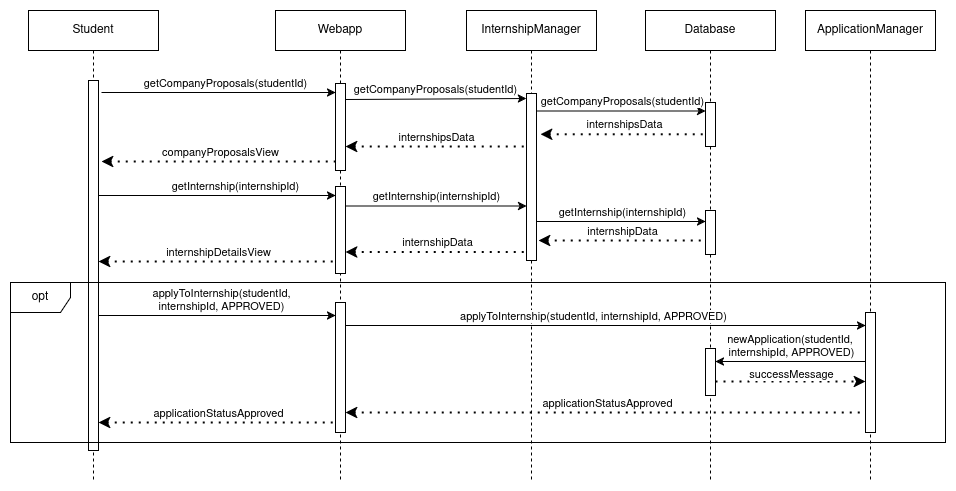
Before: DD/images/sequenceDiagrams/StudentChecksInternshipProposedByCompany.png, a diagram exported from draw.io (matteo-luraghi/IlardiLuraghi). Source tidied: cells renumbered, new cells last; positions are measured from the earlier drawing's top-left corner, leaving out a move shared by most shapes. Its diagram source:
```xml
<mxGraphModel>
  <root>
    <mxCell id="0" />
    <mxCell id="1" parent="0" />
    <mxCell id="2" style="endArrow=classic;html=1;rounded=0;" parent="1" edge="1" target="7">
      <mxGeometry relative="1" as="geometry">
        <mxPoint x="91" y="82" as="sourcePoint" />
      </mxGeometry>
    </mxCell>
    <mxCell id="3" value="getCompanyProposals(studentId)" style="edgeLabel;html=1;align=center;verticalAlign=middle;" parent="2" vertex="1">
      <mxGeometry x="-0.14" y="2" relative="1" as="geometry">
        <mxPoint x="22" y="-8" as="offset" />
      </mxGeometry>
    </mxCell>
    <mxCell id="4" style="endArrow=none;dashed=1;html=1;dashPattern=1 3;strokeWidth=2;rounded=0;endFill=0;startArrow=classic;startFill=1;" parent="1" edge="1">
      <mxGeometry relative="1" as="geometry">
        <mxPoint x="91" y="151" as="sourcePoint" />
        <mxPoint x="325" y="151" as="targetPoint" />
      </mxGeometry>
    </mxCell>
    <mxCell id="5" value="companyProposalsView" style="edgeLabel;html=1;align=center;verticalAlign=middle;" parent="4" vertex="1">
      <mxGeometry relative="1" as="geometry">
        <mxPoint y="-10" as="offset" />
      </mxGeometry>
    </mxCell>
    <mxCell id="6" value="Webapp" style="shape=umlLifeline;perimeter=lifelinePerimeter;whiteSpace=wrap;html=1;newEdgeStyle={&quot;curved&quot;:0,&quot;rounded&quot;:0};" parent="1" vertex="1">
      <mxGeometry x="265" width="130" height="470" as="geometry" />
    </mxCell>
    <mxCell id="7" style="html=1;points=[[0,0,0,0,5],[0,1,0,0,-5],[1,0,0,0,5],[1,1,0,0,-5]];perimeter=orthogonalPerimeter;outlineConnect=0;targetShapes=umlLifeline;portConstraint=eastwest;newEdgeStyle={&quot;curved&quot;:0,&quot;rounded&quot;:0};" parent="6" vertex="1">
      <mxGeometry x="60" y="73" width="10" height="87" as="geometry" />
    </mxCell>
    <mxCell id="8" style="html=1;perimeter=orthogonalPerimeter;targetShapes=umlLifeline;newEdgeStyle={&quot;curved&quot;:0,&quot;rounded&quot;:0};" parent="6" vertex="1">
      <mxGeometry x="60" y="176" width="10" height="87" as="geometry" />
    </mxCell>
    <mxCell id="9" style="html=1;points=[[0,0,0,0,5],[0,1,0,0,-5],[1,0,0,0,5],[1,1,0,0,-5]];perimeter=orthogonalPerimeter;outlineConnect=0;targetShapes=umlLifeline;portConstraint=eastwest;newEdgeStyle={&quot;curved&quot;:0,&quot;rounded&quot;:0};" parent="6" vertex="1">
      <mxGeometry x="60" y="292" width="10" height="130" as="geometry" />
    </mxCell>
    <mxCell id="10" value="Student" style="shape=umlLifeline;perimeter=lifelinePerimeter;whiteSpace=wrap;html=1;newEdgeStyle={&quot;curved&quot;:0,&quot;rounded&quot;:0};" parent="1" vertex="1">
      <mxGeometry x="18" width="130" height="470" as="geometry" />
    </mxCell>
    <mxCell id="11" style="html=1;perimeter=orthogonalPerimeter;targetShapes=umlLifeline;newEdgeStyle={&quot;curved&quot;:0,&quot;rounded&quot;:0};" parent="10" vertex="1">
      <mxGeometry x="60" y="70" width="10" height="370" as="geometry" />
    </mxCell>
    <mxCell id="12" value="InternshipManager" style="shape=umlLifeline;perimeter=lifelinePerimeter;whiteSpace=wrap;html=1;newEdgeStyle={&quot;curved&quot;:0,&quot;rounded&quot;:0};" parent="1" vertex="1">
      <mxGeometry x="456" width="130" height="470" as="geometry" />
    </mxCell>
    <mxCell id="13" style="html=1;points=[[0,0,0,0,5],[0,1,0,0,-5],[1,0,0,0,5],[1,1,0,0,-5]];perimeter=orthogonalPerimeter;outlineConnect=0;targetShapes=umlLifeline;portConstraint=eastwest;newEdgeStyle={&quot;curved&quot;:0,&quot;rounded&quot;:0};" parent="12" vertex="1">
      <mxGeometry x="60" y="83" width="10" height="167" as="geometry" />
    </mxCell>
    <mxCell id="14" style="endArrow=classic;html=1;rounded=0;entryX=0;entryY=0;entryDx=0;entryDy=5;entryPerimeter=0;" parent="1" edge="1" target="13">
      <mxGeometry relative="1" as="geometry">
        <mxPoint x="335" y="89" as="sourcePoint" />
      </mxGeometry>
    </mxCell>
    <mxCell id="15" value="getCompanyProposals(studentId)" style="edgeLabel;html=1;align=center;verticalAlign=middle;" parent="14" vertex="1">
      <mxGeometry x="-0.14" y="2" relative="1" as="geometry">
        <mxPoint x="12" y="-8" as="offset" />
      </mxGeometry>
    </mxCell>
    <mxCell id="16" value="Database" style="shape=umlLifeline;perimeter=lifelinePerimeter;whiteSpace=wrap;html=1;newEdgeStyle={&quot;curved&quot;:0,&quot;rounded&quot;:0};" parent="1" vertex="1">
      <mxGeometry x="635" width="130" height="470" as="geometry" />
    </mxCell>
    <mxCell id="17" style="html=1;perimeter=orthogonalPerimeter;targetShapes=umlLifeline;newEdgeStyle={&quot;curved&quot;:0,&quot;rounded&quot;:0};" parent="16" vertex="1">
      <mxGeometry x="60" y="92" width="10" height="44" as="geometry" />
    </mxCell>
    <mxCell id="18" style="html=1;points=[[0,0,0,0,5],[0,1,0,0,-5],[1,0,0,0,5],[1,1,0,0,-5]];perimeter=orthogonalPerimeter;outlineConnect=0;targetShapes=umlLifeline;portConstraint=eastwest;newEdgeStyle={&quot;curved&quot;:0,&quot;rounded&quot;:0};" parent="16" vertex="1">
      <mxGeometry x="60" y="200" width="10" height="44" as="geometry" />
    </mxCell>
    <mxCell id="19" style="html=1;perimeter=orthogonalPerimeter;targetShapes=umlLifeline;newEdgeStyle={&quot;curved&quot;:0,&quot;rounded&quot;:0};" parent="16" vertex="1">
      <mxGeometry x="60" y="338" width="10" height="47" as="geometry" />
    </mxCell>
    <mxCell id="20" style="endArrow=none;html=1;strokeWidth=1;rounded=0;endFill=0;startArrow=classic;startFill=1;" parent="16" edge="1">
      <mxGeometry relative="1" as="geometry">
        <mxPoint x="70" y="351" as="sourcePoint" />
        <mxPoint x="220" y="351" as="targetPoint" />
      </mxGeometry>
    </mxCell>
    <mxCell id="21" value="&lt;div&gt;newApplication(studentId,&amp;nbsp;&lt;/div&gt;&lt;div&gt;internshipId, APPROVED)&lt;/div&gt;" style="edgeLabel;html=1;align=center;verticalAlign=middle;" parent="20" vertex="1">
      <mxGeometry relative="1" as="geometry">
        <mxPoint y="-16" as="offset" />
      </mxGeometry>
    </mxCell>
    <mxCell id="22" style="endArrow=classic;dashed=1;html=1;dashPattern=1 3;strokeWidth=2;rounded=0;startArrow=none;startFill=0;endFill=1;" parent="16" edge="1">
      <mxGeometry relative="1" as="geometry">
        <mxPoint x="70" y="371" as="sourcePoint" />
        <mxPoint x="220" y="371" as="targetPoint" />
      </mxGeometry>
    </mxCell>
    <mxCell id="23" value="successMessage" style="edgeLabel;html=1;align=center;verticalAlign=middle;" parent="22" vertex="1">
      <mxGeometry relative="1" as="geometry">
        <mxPoint y="-8" as="offset" />
      </mxGeometry>
    </mxCell>
    <mxCell id="24" style="endArrow=none;dashed=1;html=1;dashPattern=1 3;strokeWidth=2;rounded=0;endFill=0;startArrow=classic;startFill=1;exitX=1.4;exitY=0.582;exitDx=0;exitDy=0;exitPerimeter=0;" parent="1" edge="1">
      <mxGeometry relative="1" as="geometry">
        <mxPoint x="530" y="123.8" as="sourcePoint" />
        <mxPoint x="695" y="123.8" as="targetPoint" />
      </mxGeometry>
    </mxCell>
    <mxCell id="25" value="internshipsData" style="edgeLabel;html=1;align=center;verticalAlign=middle;" parent="24" vertex="1">
      <mxGeometry relative="1" as="geometry">
        <mxPoint y="-10" as="offset" />
      </mxGeometry>
    </mxCell>
    <mxCell id="26" value="ApplicationManager" style="shape=umlLifeline;perimeter=lifelinePerimeter;whiteSpace=wrap;html=1;newEdgeStyle={&quot;curved&quot;:0,&quot;rounded&quot;:0};" parent="1" vertex="1">
      <mxGeometry x="795" width="130" height="470" as="geometry" />
    </mxCell>
    <mxCell id="27" style="html=1;points=[[0,0,0,0,5],[0,1,0,0,-5],[1,0,0,0,5],[1,1,0,0,-5]];perimeter=orthogonalPerimeter;outlineConnect=0;targetShapes=umlLifeline;portConstraint=eastwest;newEdgeStyle={&quot;curved&quot;:0,&quot;rounded&quot;:0};" parent="26" vertex="1">
      <mxGeometry x="60" y="302" width="10" height="120" as="geometry" />
    </mxCell>
    <mxCell id="28" style="endArrow=classic;html=1;rounded=0;" parent="1" edge="1">
      <mxGeometry relative="1" as="geometry">
        <mxPoint x="526" y="100.5" as="sourcePoint" />
        <mxPoint x="695" y="100.5" as="targetPoint" />
      </mxGeometry>
    </mxCell>
    <mxCell id="29" value="getCompanyProposals(studentId)" style="edgeLabel;html=1;align=center;verticalAlign=middle;" parent="28" vertex="1">
      <mxGeometry x="-0.14" y="2" relative="1" as="geometry">
        <mxPoint x="12" y="-8" as="offset" />
      </mxGeometry>
    </mxCell>
    <mxCell id="30" style="endArrow=classic;html=1;rounded=0;" parent="1" edge="1" target="18">
      <mxGeometry relative="1" as="geometry">
        <mxPoint x="526" y="211" as="sourcePoint" />
      </mxGeometry>
    </mxCell>
    <mxCell id="31" value="getInternship(internshipId)" style="edgeLabel;html=1;align=center;verticalAlign=middle;" parent="30" vertex="1">
      <mxGeometry x="-0.14" y="2" relative="1" as="geometry">
        <mxPoint x="12" y="-8" as="offset" />
      </mxGeometry>
    </mxCell>
    <mxCell id="32" style="endArrow=none;dashed=1;html=1;dashPattern=1 3;strokeWidth=2;rounded=0;endFill=0;startArrow=classic;startFill=1;" parent="1" edge="1">
      <mxGeometry relative="1" as="geometry">
        <mxPoint x="335" y="136" as="sourcePoint" />
        <mxPoint x="515" y="136" as="targetPoint" />
      </mxGeometry>
    </mxCell>
    <mxCell id="33" value="internshipsData" style="edgeLabel;html=1;align=center;verticalAlign=middle;" parent="32" vertex="1">
      <mxGeometry relative="1" as="geometry">
        <mxPoint y="-10" as="offset" />
      </mxGeometry>
    </mxCell>
    <mxCell id="34" style="endArrow=classic;html=1;rounded=0;" parent="1" edge="1">
      <mxGeometry relative="1" as="geometry">
        <mxPoint x="88" y="185" as="sourcePoint" />
        <mxPoint x="325" y="185" as="targetPoint" />
      </mxGeometry>
    </mxCell>
    <mxCell id="35" value="getInternship(internshipId)" style="edgeLabel;html=1;align=center;verticalAlign=middle;" parent="34" vertex="1">
      <mxGeometry x="-0.14" y="2" relative="1" as="geometry">
        <mxPoint x="34" y="-8" as="offset" />
      </mxGeometry>
    </mxCell>
    <mxCell id="36" style="endArrow=none;dashed=1;html=1;dashPattern=1 3;strokeWidth=2;rounded=0;endFill=0;startArrow=classic;startFill=1;" parent="1" edge="1">
      <mxGeometry relative="1" as="geometry">
        <mxPoint x="88" y="251" as="sourcePoint" />
        <mxPoint x="325" y="251" as="targetPoint" />
      </mxGeometry>
    </mxCell>
    <mxCell id="37" value="internshipDetailsView" style="edgeLabel;html=1;align=center;verticalAlign=middle;" parent="36" vertex="1">
      <mxGeometry relative="1" as="geometry">
        <mxPoint y="-10" as="offset" />
      </mxGeometry>
    </mxCell>
    <mxCell id="38" style="endArrow=classic;html=1;rounded=0;" parent="1" edge="1">
      <mxGeometry relative="1" as="geometry">
        <mxPoint x="335" y="195.5" as="sourcePoint" />
        <mxPoint x="516" y="195.5" as="targetPoint" />
      </mxGeometry>
    </mxCell>
    <mxCell id="39" value="getInternship(internshipId)" style="edgeLabel;html=1;align=center;verticalAlign=middle;" parent="38" vertex="1">
      <mxGeometry x="-0.14" y="2" relative="1" as="geometry">
        <mxPoint x="12" y="-8" as="offset" />
      </mxGeometry>
    </mxCell>
    <mxCell id="40" style="endArrow=none;dashed=1;html=1;dashPattern=1 3;strokeWidth=2;rounded=0;endFill=0;startArrow=classic;startFill=1;exitX=1.4;exitY=0.582;exitDx=0;exitDy=0;exitPerimeter=0;" parent="1" edge="1">
      <mxGeometry relative="1" as="geometry">
        <mxPoint x="528" y="230" as="sourcePoint" />
        <mxPoint x="693" y="230" as="targetPoint" />
      </mxGeometry>
    </mxCell>
    <mxCell id="41" value="internshipData" style="edgeLabel;html=1;align=center;verticalAlign=middle;" parent="40" vertex="1">
      <mxGeometry relative="1" as="geometry">
        <mxPoint y="-10" as="offset" />
      </mxGeometry>
    </mxCell>
    <mxCell id="42" style="endArrow=none;dashed=1;html=1;dashPattern=1 3;strokeWidth=2;rounded=0;endFill=0;startArrow=classic;startFill=1;" parent="1" edge="1">
      <mxGeometry relative="1" as="geometry">
        <mxPoint x="335" y="241.5" as="sourcePoint" />
        <mxPoint x="516" y="241.5" as="targetPoint" />
      </mxGeometry>
    </mxCell>
    <mxCell id="43" value="internshipData" style="edgeLabel;html=1;align=center;verticalAlign=middle;" parent="42" vertex="1">
      <mxGeometry relative="1" as="geometry">
        <mxPoint y="-10" as="offset" />
      </mxGeometry>
    </mxCell>
    <mxCell id="44" style="endArrow=classic;html=1;rounded=0;" parent="1" edge="1">
      <mxGeometry relative="1" as="geometry">
        <mxPoint x="88" y="305" as="sourcePoint" />
        <mxPoint x="325" y="305" as="targetPoint" />
      </mxGeometry>
    </mxCell>
    <mxCell id="45" value="&lt;div&gt;applyToInternship(studentId,&lt;/div&gt;&lt;div&gt;internshipId, APPROVED)&lt;/div&gt;" style="edgeLabel;html=1;align=center;verticalAlign=middle;" parent="44" vertex="1">
      <mxGeometry x="-0.14" y="2" relative="1" as="geometry">
        <mxPoint x="20" y="-14" as="offset" />
      </mxGeometry>
    </mxCell>
    <mxCell id="46" style="endArrow=none;dashed=1;html=1;dashPattern=1 3;strokeWidth=2;rounded=0;endFill=0;startArrow=classic;startFill=1;" parent="1" edge="1" target="9">
      <mxGeometry relative="1" as="geometry">
        <mxPoint x="88" y="412" as="sourcePoint" />
      </mxGeometry>
    </mxCell>
    <mxCell id="47" value="applicationStatusApproved" style="edgeLabel;html=1;align=center;verticalAlign=middle;" parent="46" vertex="1">
      <mxGeometry relative="1" as="geometry">
        <mxPoint y="-10" as="offset" />
      </mxGeometry>
    </mxCell>
    <mxCell id="48" style="endArrow=classic;html=1;rounded=0;" parent="1" edge="1" target="27">
      <mxGeometry relative="1" as="geometry">
        <mxPoint x="335" y="315" as="sourcePoint" />
      </mxGeometry>
    </mxCell>
    <mxCell id="49" value="applyToInternship(studentId, internshipId, APPROVED)" style="edgeLabel;html=1;align=center;verticalAlign=middle;" parent="48" vertex="1">
      <mxGeometry x="-0.14" y="2" relative="1" as="geometry">
        <mxPoint x="22" y="-8" as="offset" />
      </mxGeometry>
    </mxCell>
    <mxCell id="50" style="endArrow=none;dashed=1;html=1;dashPattern=1 3;strokeWidth=2;rounded=0;endFill=0;startArrow=classic;startFill=1;" parent="1" edge="1">
      <mxGeometry relative="1" as="geometry">
        <mxPoint x="335" y="402" as="sourcePoint" />
        <mxPoint x="855" y="402" as="targetPoint" />
      </mxGeometry>
    </mxCell>
    <mxCell id="51" value="applicationStatusApproved" style="edgeLabel;html=1;align=center;verticalAlign=middle;" parent="50" vertex="1">
      <mxGeometry relative="1" as="geometry">
        <mxPoint y="-10" as="offset" />
      </mxGeometry>
    </mxCell>
    <mxCell id="52" value="opt" style="shape=umlFrame;whiteSpace=wrap;html=1;" parent="1" vertex="1">
      <mxGeometry y="272" width="935" height="160" as="geometry" />
    </mxCell>
  </root>
</mxGraphModel>
```
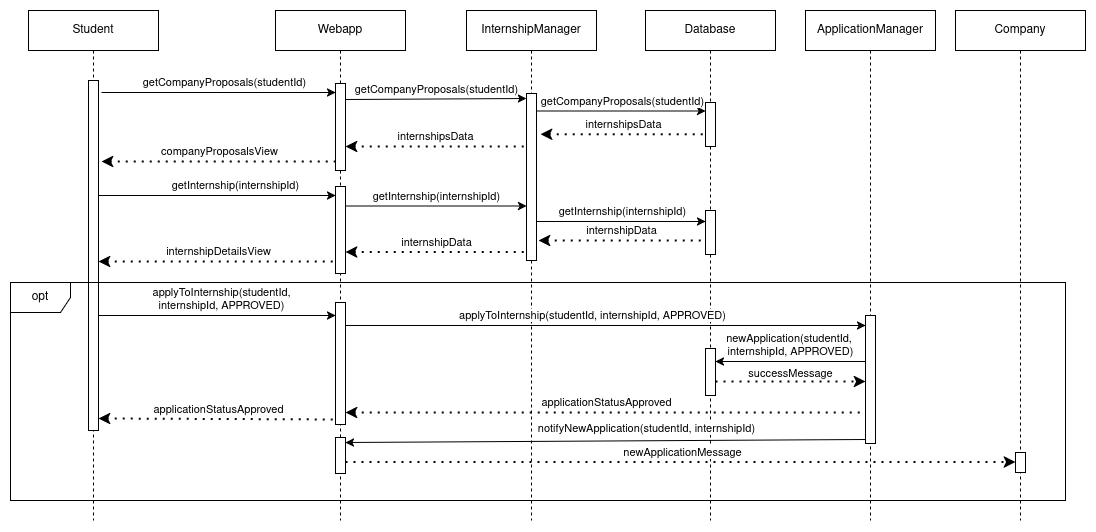
The same file after the commit.

Diff of the diagram source:
```diff
@@ -24,7 +24,7 @@
       </mxGeometry>
     </mxCell>
     <mxCell id="6" value="Webapp" style="shape=umlLifeline;perimeter=lifelinePerimeter;whiteSpace=wrap;html=1;newEdgeStyle={&quot;curved&quot;:0,&quot;rounded&quot;:0};" parent="1" vertex="1">
-      <mxGeometry x="265" width="130" height="470" as="geometry" />
+      <mxGeometry x="265" width="130" height="510" as="geometry" />
     </mxCell>
     <mxCell id="7" style="html=1;points=[[0,0,0,0,5],[0,1,0,0,-5],[1,0,0,0,5],[1,1,0,0,-5]];perimeter=orthogonalPerimeter;outlineConnect=0;targetShapes=umlLifeline;portConstraint=eastwest;newEdgeStyle={&quot;curved&quot;:0,&quot;rounded&quot;:0};" parent="6" vertex="1">
       <mxGeometry x="60" y="73" width="10" height="87" as="geometry" />
@@ -33,16 +33,16 @@
       <mxGeometry x="60" y="176" width="10" height="87" as="geometry" />
     </mxCell>
     <mxCell id="9" style="html=1;points=[[0,0,0,0,5],[0,1,0,0,-5],[1,0,0,0,5],[1,1,0,0,-5]];perimeter=orthogonalPerimeter;outlineConnect=0;targetShapes=umlLifeline;portConstraint=eastwest;newEdgeStyle={&quot;curved&quot;:0,&quot;rounded&quot;:0};" parent="6" vertex="1">
-      <mxGeometry x="60" y="292" width="10" height="130" as="geometry" />
+      <mxGeometry x="60" y="292" width="10" height="122" as="geometry" />
     </mxCell>
     <mxCell id="10" value="Student" style="shape=umlLifeline;perimeter=lifelinePerimeter;whiteSpace=wrap;html=1;newEdgeStyle={&quot;curved&quot;:0,&quot;rounded&quot;:0};" parent="1" vertex="1">
-      <mxGeometry x="18" width="130" height="470" as="geometry" />
+      <mxGeometry x="18" width="130" height="510" as="geometry" />
     </mxCell>
     <mxCell id="11" style="html=1;perimeter=orthogonalPerimeter;targetShapes=umlLifeline;newEdgeStyle={&quot;curved&quot;:0,&quot;rounded&quot;:0};" parent="10" vertex="1">
-      <mxGeometry x="60" y="70" width="10" height="370" as="geometry" />
+      <mxGeometry x="60" y="70" width="10" height="350" as="geometry" />
     </mxCell>
     <mxCell id="12" value="InternshipManager" style="shape=umlLifeline;perimeter=lifelinePerimeter;whiteSpace=wrap;html=1;newEdgeStyle={&quot;curved&quot;:0,&quot;rounded&quot;:0};" parent="1" vertex="1">
-      <mxGeometry x="456" width="130" height="470" as="geometry" />
+      <mxGeometry x="456" width="130" height="510" as="geometry" />
     </mxCell>
     <mxCell id="13" style="html=1;points=[[0,0,0,0,5],[0,1,0,0,-5],[1,0,0,0,5],[1,1,0,0,-5]];perimeter=orthogonalPerimeter;outlineConnect=0;targetShapes=umlLifeline;portConstraint=eastwest;newEdgeStyle={&quot;curved&quot;:0,&quot;rounded&quot;:0};" parent="12" vertex="1">
       <mxGeometry x="60" y="83" width="10" height="167" as="geometry" />
@@ -58,7 +58,7 @@
       </mxGeometry>
     </mxCell>
     <mxCell id="16" value="Database" style="shape=umlLifeline;perimeter=lifelinePerimeter;whiteSpace=wrap;html=1;newEdgeStyle={&quot;curved&quot;:0,&quot;rounded&quot;:0};" parent="1" vertex="1">
-      <mxGeometry x="635" width="130" height="470" as="geometry" />
+      <mxGeometry x="635" width="130" height="510" as="geometry" />
     </mxCell>
     <mxCell id="17" style="html=1;perimeter=orthogonalPerimeter;targetShapes=umlLifeline;newEdgeStyle={&quot;curved&quot;:0,&quot;rounded&quot;:0};" parent="16" vertex="1">
       <mxGeometry x="60" y="92" width="10" height="44" as="geometry" />
@@ -103,10 +103,10 @@
       </mxGeometry>
     </mxCell>
     <mxCell id="26" value="ApplicationManager" style="shape=umlLifeline;perimeter=lifelinePerimeter;whiteSpace=wrap;html=1;newEdgeStyle={&quot;curved&quot;:0,&quot;rounded&quot;:0};" parent="1" vertex="1">
-      <mxGeometry x="795" width="130" height="470" as="geometry" />
+      <mxGeometry x="795" width="130" height="510" as="geometry" />
     </mxCell>
     <mxCell id="27" style="html=1;points=[[0,0,0,0,5],[0,1,0,0,-5],[1,0,0,0,5],[1,1,0,0,-5]];perimeter=orthogonalPerimeter;outlineConnect=0;targetShapes=umlLifeline;portConstraint=eastwest;newEdgeStyle={&quot;curved&quot;:0,&quot;rounded&quot;:0};" parent="26" vertex="1">
-      <mxGeometry x="60" y="302" width="10" height="120" as="geometry" />
+      <mxGeometry x="60" y="305" width="10" height="128" as="geometry" />
     </mxCell>
     <mxCell id="28" style="endArrow=classic;html=1;rounded=0;" parent="1" edge="1">
       <mxGeometry relative="1" as="geometry">
@@ -206,9 +206,9 @@
         <mxPoint x="20" y="-14" as="offset" />
       </mxGeometry>
     </mxCell>
-    <mxCell id="46" style="endArrow=none;dashed=1;html=1;dashPattern=1 3;strokeWidth=2;rounded=0;endFill=0;startArrow=classic;startFill=1;" parent="1" edge="1" target="9">
+    <mxCell id="46" style="endArrow=none;dashed=1;html=1;dashPattern=1 3;strokeWidth=2;rounded=0;endFill=0;startArrow=classic;startFill=1;entryX=0;entryY=1;entryDx=0;entryDy=-5;entryPerimeter=0;" parent="1" edge="1" target="9">
       <mxGeometry relative="1" as="geometry">
-        <mxPoint x="88" y="412" as="sourcePoint" />
+        <mxPoint x="88" y="408" as="sourcePoint" />
       </mxGeometry>
     </mxCell>
     <mxCell id="47" value="applicationStatusApproved" style="edgeLabel;html=1;align=center;verticalAlign=middle;" parent="46" vertex="1">
@@ -238,7 +238,36 @@
       </mxGeometry>
     </mxCell>
     <mxCell id="52" value="opt" style="shape=umlFrame;whiteSpace=wrap;html=1;" parent="1" vertex="1">
-      <mxGeometry y="272" width="935" height="160" as="geometry" />
+      <mxGeometry y="272" width="1055" height="218" as="geometry" />
     </mxCell>
+    <mxCell id="53" style="html=1;points=[[0,0,0,0,5],[0,1,0,0,-5],[1,0,0,0,5],[1,1,0,0,-5]];perimeter=orthogonalPerimeter;outlineConnect=0;targetShapes=umlLifeline;portConstraint=eastwest;newEdgeStyle={&quot;curved&quot;:0,&quot;rounded&quot;:0};" parent="1" vertex="1">
+      <mxGeometry x="325" y="427" width="10" height="36" as="geometry" />
+    </mxCell>
+    <mxCell id="54" style="endArrow=none;html=1;strokeWidth=1;rounded=0;endFill=0;startArrow=classic;startFill=1;exitX=1;exitY=0;exitDx=0;exitDy=5;exitPerimeter=0;" parent="1" edge="1" source="53">
+      <mxGeometry relative="1" as="geometry">
+        <mxPoint x="855" y="429" as="targetPoint" />
+      </mxGeometry>
+    </mxCell>
+    <mxCell id="55" value="&lt;div&gt;notifyNewApplication(studentId, internshipId)&lt;br&gt;&lt;/div&gt;" style="edgeLabel;html=1;align=center;verticalAlign=middle;" parent="54" vertex="1">
+      <mxGeometry relative="1" as="geometry">
+        <mxPoint x="40" y="-13" as="offset" />
+      </mxGeometry>
+    </mxCell>
+    <mxCell id="56" style="endArrow=classic;dashed=1;html=1;dashPattern=1 3;strokeWidth=2;rounded=0;endFill=1;startArrow=none;startFill=0;" parent="1" edge="1" target="59">
+      <mxGeometry relative="1" as="geometry">
+        <mxPoint x="335" y="451.5" as="sourcePoint" />
+      </mxGeometry>
+    </mxCell>
+    <mxCell id="57" value="newApplicationMessage" style="edgeLabel;html=1;align=center;verticalAlign=middle;" parent="56" vertex="1">
+      <mxGeometry relative="1" as="geometry">
+        <mxPoint y="-10" as="offset" />
+      </mxGeometry>
+    </mxCell>
+    <mxCell id="58" value="Company" style="shape=umlLifeline;perimeter=lifelinePerimeter;whiteSpace=wrap;html=1;newEdgeStyle={&quot;curved&quot;:0,&quot;rounded&quot;:0};" parent="1" vertex="1">
+      <mxGeometry x="945" width="130" height="510" as="geometry" />
+    </mxCell>
+    <mxCell id="59" style="html=1;points=[[0,0,0,0,5],[0,1,0,0,-5],[1,0,0,0,5],[1,1,0,0,-5]];perimeter=orthogonalPerimeter;outlineConnect=0;targetShapes=umlLifeline;portConstraint=eastwest;newEdgeStyle={&quot;curved&quot;:0,&quot;rounded&quot;:0};" parent="58" vertex="1">
+      <mxGeometry x="60" y="442" width="10" height="20" as="geometry" />
+    </mxCell>
   </root>
 </mxGraphModel>
```
